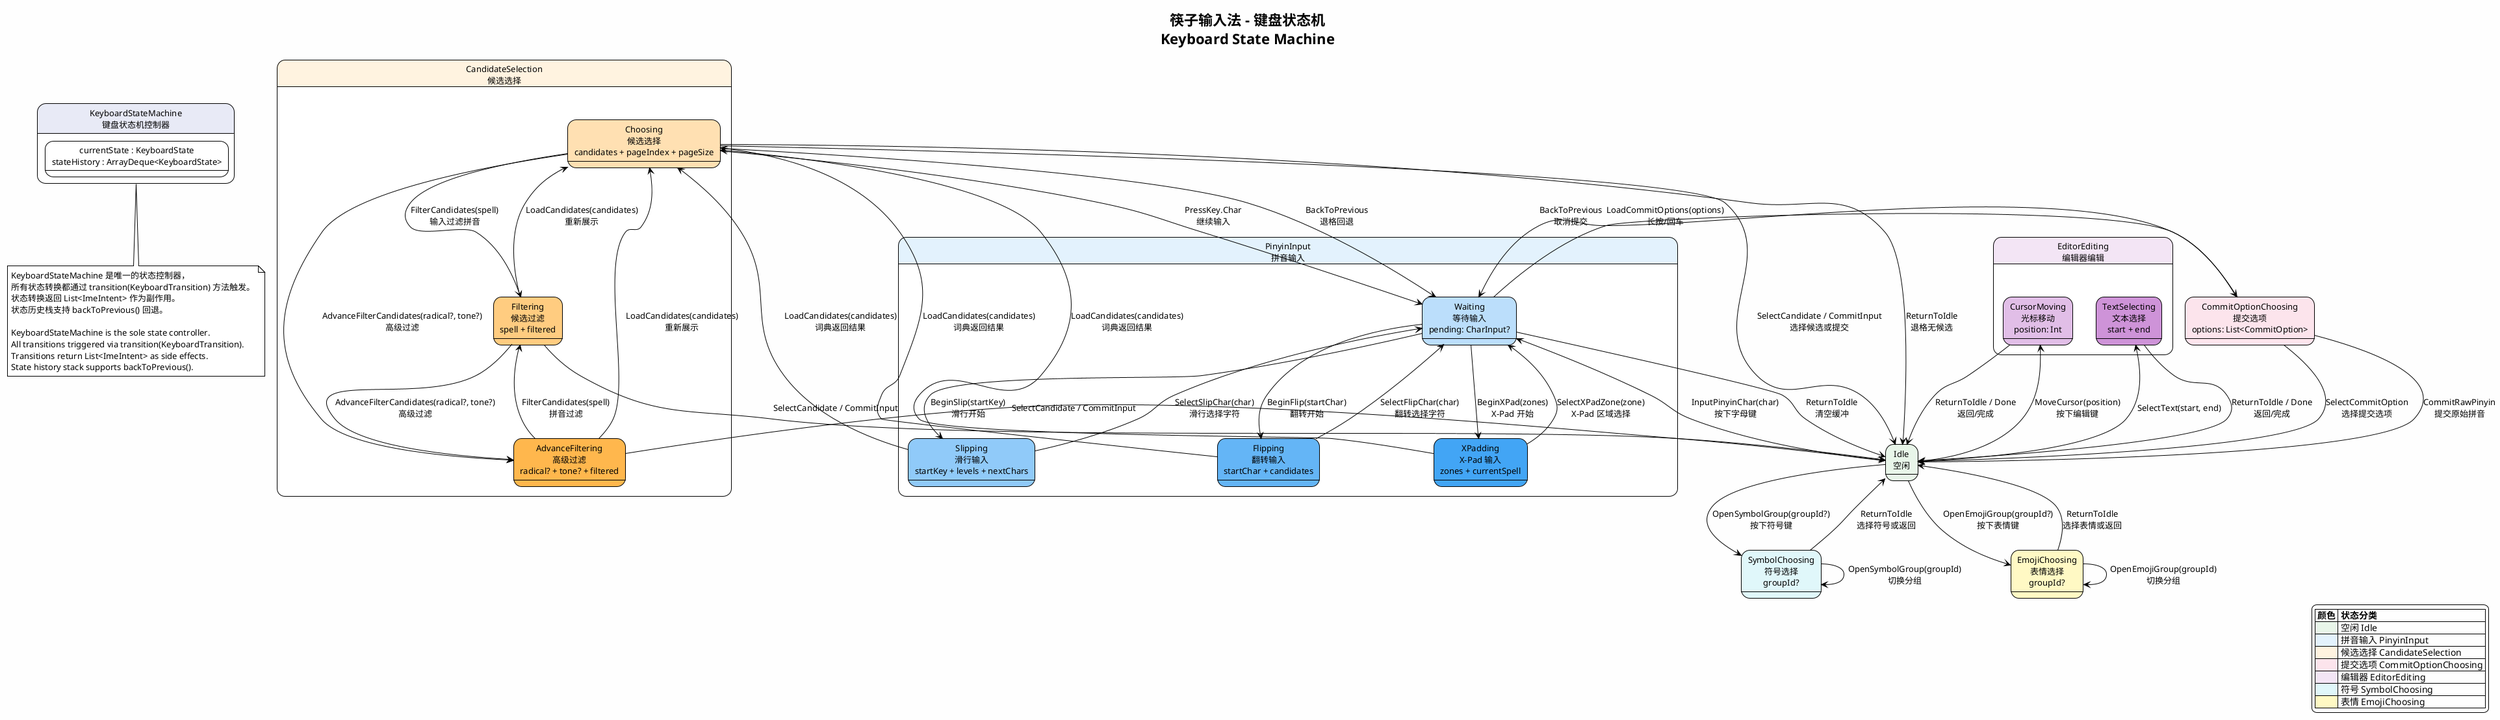
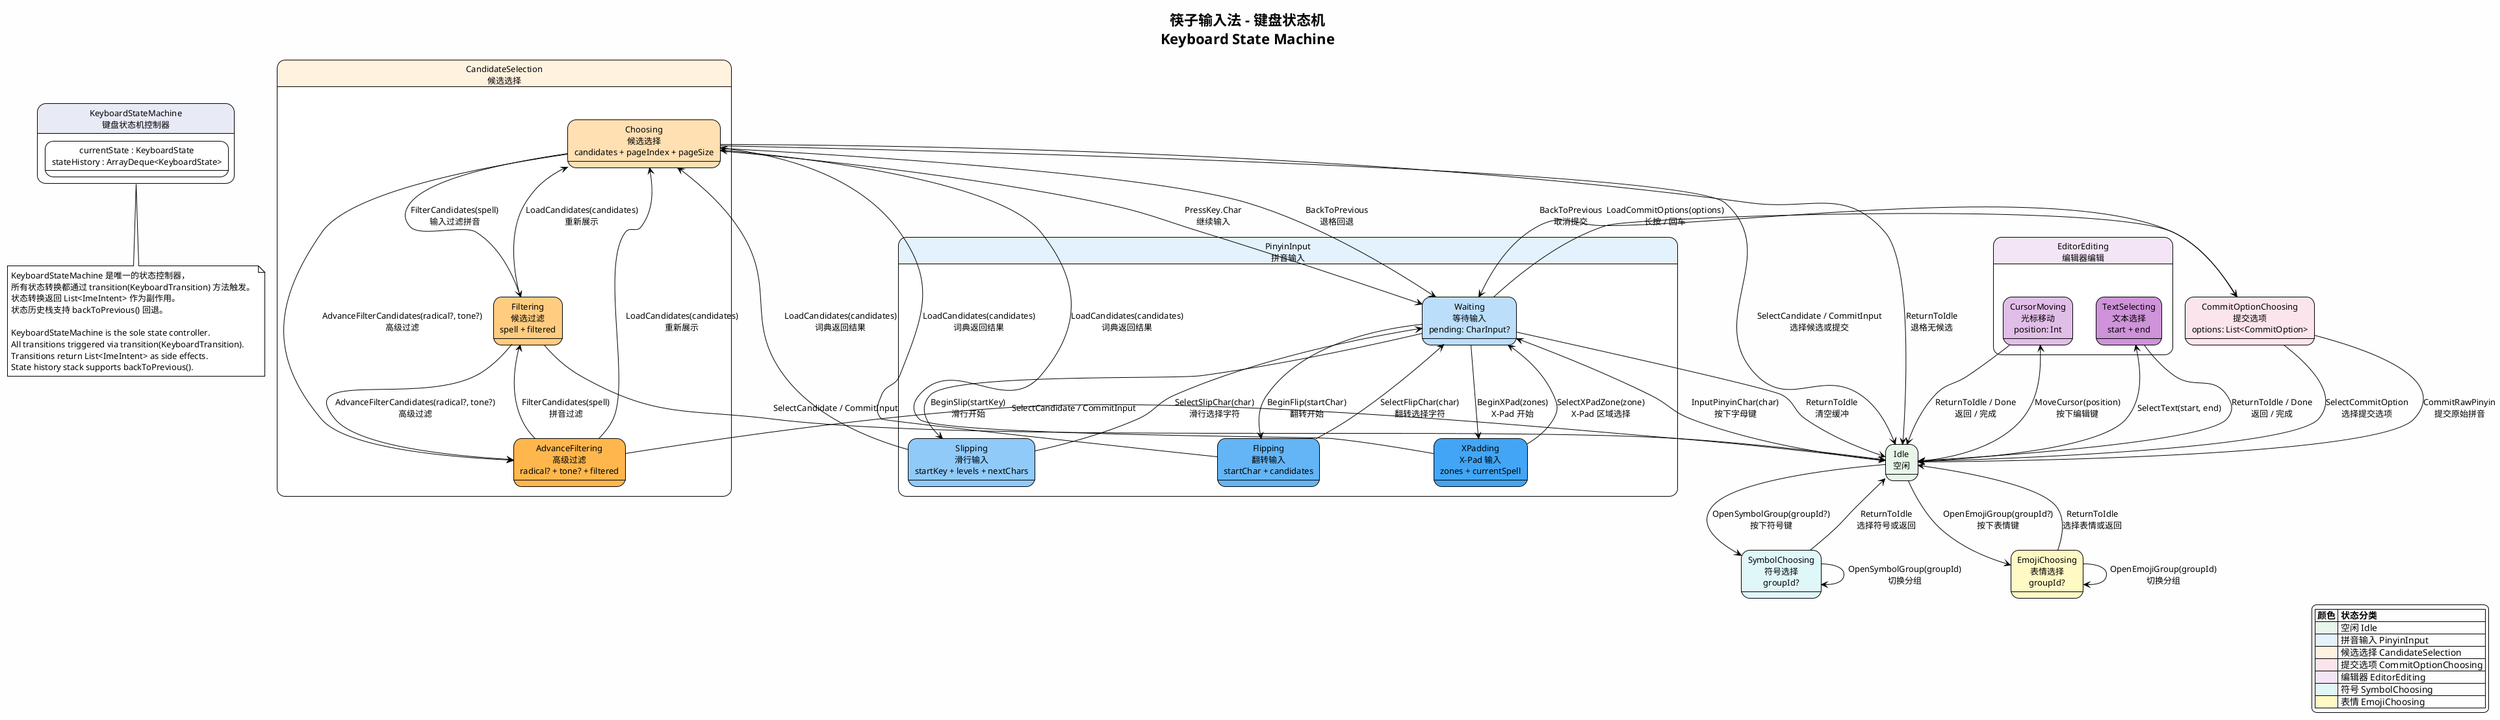
@startuml engine-state-machine
!theme plain
skinparam backgroundColor #FEFEFE
skinparam shadowing false
skinparam defaultFontSize 13
skinparam stateFontSize 13

title 筷子输入法 - 键盘状态机\nKeyboard State Machine

' ─── Controller ────────────────────────────────────────────────────

state "KeyboardStateMachine\n键盘状态机控制器" as KSM #E8EAF6 {
    state "currentState : KeyboardState\nstateHistory : ArrayDeque<KeyboardState>" as context
}

' ─── Top-level States ──────────────────────────────────────────────

state "Idle\n空闲" as Idle #E8F5E9

state "PinyinInput\n拼音输入" as PinyinInput #E3F2FD {
    state "Waiting\n等待输入\npending: CharInput?" as PinyinWaiting #BBDEFB
    state "Slipping\n滑行输入\nstartKey + levels + nextChars" as PinyinSlipping #90CAF9
    state "Flipping\n翻转输入\nstartChar + candidates" as PinyinFlipping #64B5F6
    state "XPadding\nX-Pad 输入\nzones + currentSpell" as PinyinXPadding #42A5F5
}

state "CandidateSelection\n候选选择" as CandidateSelection #FFF3E0 {
    state "Choosing\n候选选择\ncandidates + pageIndex + pageSize" as CandidateChoosing #FFE0B2
    state "Filtering\n候选过滤\nspell + filtered" as CandidateFiltering #FFCC80
    state "AdvanceFiltering\n高级过滤\nradical? + tone? + filtered" as CandidateAdvanceFiltering #FFB74D
}

state "CommitOptionChoosing\n提交选项\noptions: List<CommitOption>" as CommitOptionChoosing #FCE4EC

state "EditorEditing\n编辑器编辑" as EditorEditing #F3E5F5 {
    state "CursorMoving\n光标移动\nposition: Int" as EditorCursorMoving #E1BEE7
    state "TextSelecting\n文本选择\nstart + end" as EditorTextSelecting #CE93D8
}

state "SymbolChoosing\n符号选择\ngroupId?" as SymbolChoosing #E0F7FA

state "EmojiChoosing\n表情选择\ngroupId?" as EmojiChoosing #FFF9C4

' ─── Idle Transitions ──────────────────────────────────────────────

Idle --> PinyinWaiting : InputPinyinChar(char)\n按下字母键
Idle --> EditorCursorMoving : MoveCursor(position)\n按下编辑键
Idle --> EditorTextSelecting : SelectText(start, end)
Idle --> SymbolChoosing : OpenSymbolGroup(groupId?)\n按下符号键
Idle --> EmojiChoosing : OpenEmojiGroup(groupId?)\n按下表情键

' ─── PinyinInput Sub-state Transitions ─────────────────────────────

PinyinWaiting --> PinyinSlipping : BeginSlip(startKey)\n滑行开始
PinyinWaiting --> PinyinFlipping : BeginFlip(startChar)\n翻转开始
PinyinWaiting --> PinyinXPadding : BeginXPad(zones)\nX-Pad 开始

PinyinSlipping --> PinyinWaiting : SelectSlipChar(char)\n滑行选择字符
PinyinSlipping --> CandidateChoosing : LoadCandidates(candidates)\n词典返回结果

PinyinFlipping --> PinyinWaiting : SelectFlipChar(char)\n翻转选择字符
PinyinFlipping --> CandidateChoosing : LoadCandidates(candidates)\n词典返回结果

PinyinXPadding --> PinyinWaiting : SelectXPadZone(zone)\nX-Pad 区域选择
PinyinXPadding --> CandidateChoosing : LoadCandidates(candidates)\n词典返回结果

' ─── CandidateSelection Sub-state Transitions ─────────────────────

CandidateChoosing --> CandidateFiltering : FilterCandidates(spell)\n输入过滤拼音
CandidateChoosing --> CandidateAdvanceFiltering : AdvanceFilterCandidates(radical?, tone?)\n高级过滤
CandidateChoosing --> Idle : SelectCandidate / CommitInput\n选择候选或提交

CandidateFiltering --> CandidateChoosing : LoadCandidates(candidates)\n重新展示
CandidateFiltering --> CandidateAdvanceFiltering : AdvanceFilterCandidates(radical?, tone?)\n高级过滤
CandidateFiltering --> Idle : SelectCandidate / CommitInput

CandidateAdvanceFiltering --> CandidateChoosing : LoadCandidates(candidates)\n重新展示
CandidateAdvanceFiltering --> CandidateFiltering : FilterCandidates(spell)\n拼音过滤
CandidateAdvanceFiltering --> Idle : SelectCandidate / CommitInput

' ─── CandidateSelection → PinyinInput ─────────────────────────────

CandidateChoosing --> PinyinWaiting : PressKey.Char\n继续输入
CandidateChoosing --> PinyinWaiting : BackToPrevious\n退格回退

' ─── CommitOptionChoosing Transitions ─────────────────────────────

- PinyinWaiting --> CommitOptionChoosing : LoadCommitOptions(options)\n长按/回车
+ PinyinWaiting --> CommitOptionChoosing : LoadCommitOptions(options)\n长按 / 回车

CommitOptionChoosing --> Idle : SelectCommitOption\n选择提交选项
CommitOptionChoosing --> PinyinWaiting : BackToPrevious\n取消提交
CommitOptionChoosing --> Idle : CommitRawPinyin\n提交原始拼音

' ─── EditorEditing Transitions ────────────────────────────────────

- EditorCursorMoving --> Idle : ReturnToIdle / Done\n返回/完成
- EditorTextSelecting --> Idle : ReturnToIdle / Done\n返回/完成
+ EditorCursorMoving --> Idle : ReturnToIdle / Done\n返回 / 完成
+ EditorTextSelecting --> Idle : ReturnToIdle / Done\n返回 / 完成

' ─── SymbolChoosing Transitions ───────────────────────────────────

SymbolChoosing --> Idle : ReturnToIdle\n选择符号或返回
SymbolChoosing --> SymbolChoosing : OpenSymbolGroup(groupId)\n切换分组

' ─── EmojiChoosing Transitions ────────────────────────────────────

EmojiChoosing --> Idle : ReturnToIdle\n选择表情或返回
EmojiChoosing --> EmojiChoosing : OpenEmojiGroup(groupId)\n切换分组

' ─── Common Return ────────────────────────────────────────────────

PinyinWaiting --> Idle : ReturnToIdle\n清空缓冲
CandidateChoosing --> Idle : ReturnToIdle\n退格无候选

' ─── Legend ────────────────────────────────────────────────────────

legend right
    |= 颜色 |= 状态分类 |
    |<#E8F5E9>| 空闲 Idle |
    |<#E3F2FD>| 拼音输入 PinyinInput |
    |<#FFF3E0>| 候选选择 CandidateSelection |
    |<#FCE4EC>| 提交选项 CommitOptionChoosing |
    |<#F3E5F5>| 编辑器 EditorEditing |
    |<#E0F7FA>| 符号 SymbolChoosing |
    |<#FFF9C4>| 表情 EmojiChoosing |
endlegend

note bottom of KSM
    KeyboardStateMachine 是唯一的状态控制器，
    所有状态转换都通过 transition(KeyboardTransition) 方法触发。
    状态转换返回 List<ImeIntent> 作为副作用。
    状态历史栈支持 backToPrevious() 回退。

    KeyboardStateMachine is the sole state controller.
    All transitions triggered via transition(KeyboardTransition).
    Transitions return List<ImeIntent> as side effects.
    State history stack supports backToPrevious().
end note

@enduml
